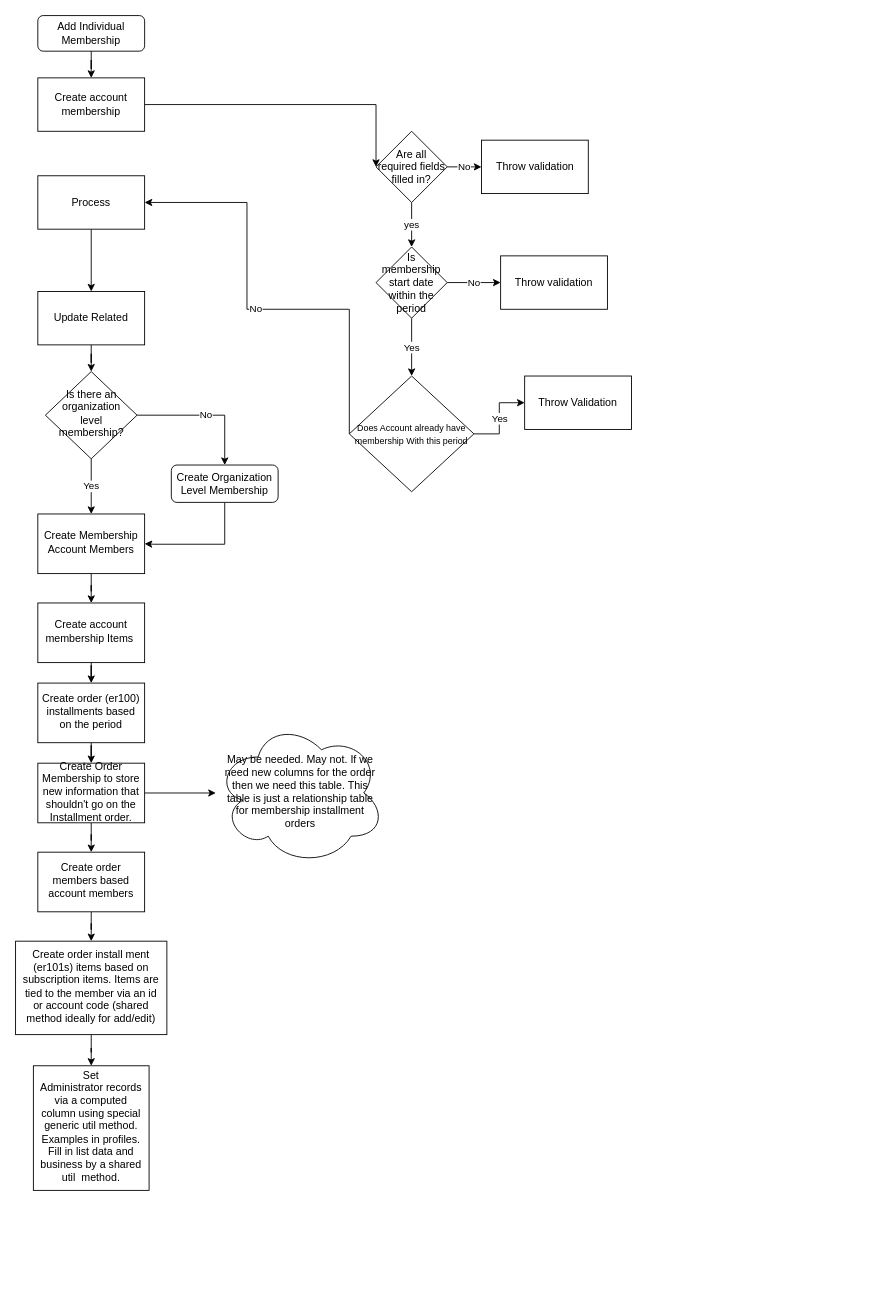
Earlier version of the draw.io diagram MembershipAddIndividual.drawio (shelbyharris/Membership). Source tidied: cells renumbered, new cells numbered last; positions are measured from the earlier drawing's top-left corner, leaving out a move shared by most shapes. Both pictures are drawn from the tidied source at 89%, with x=0, y=0 at pixel (15, 15).
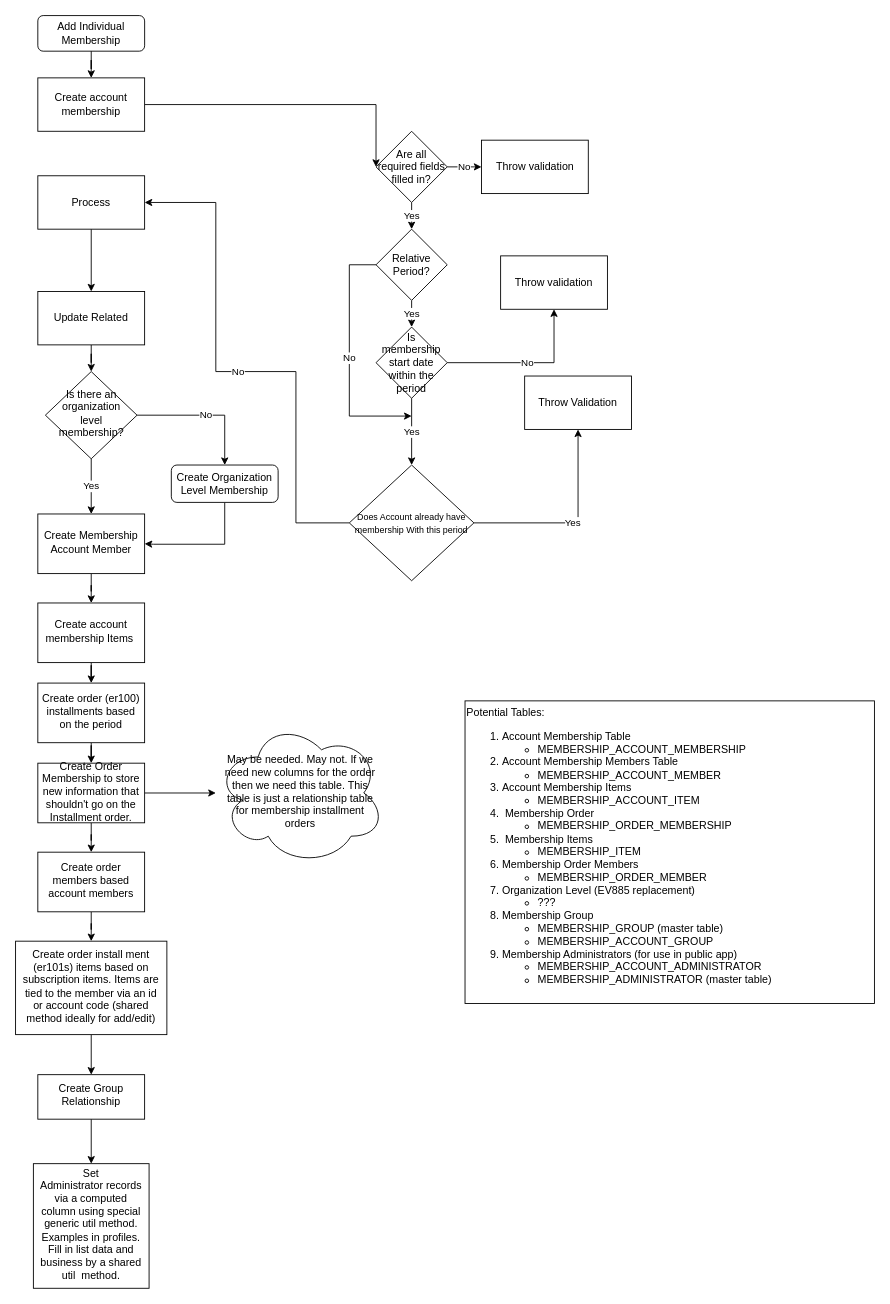
After the change.

The change refers to these unchanged cells:
```xml
<mxCell id="8" value="Are all required fields filled in?" style="rhombus;whiteSpace=wrap;html=1;rounded=0;" parent="1" vertex="1">
  <mxGeometry x="405" y="130" width="80" height="80" as="geometry" />
</mxCell>
<mxCell id="25" value="Create order install ment (er101s) items based on subscription items. Items are tied to the member via an id or account code (shared method ideally for add/edit)" style="whiteSpace=wrap;html=1;shadow=0;strokeWidth=1;spacing=6;spacingTop=-4;" parent="1" vertex="1">
  <mxGeometry y="1040" width="170" height="105" as="geometry" />
</mxCell>
<mxCell id="33" value="Process" style="whiteSpace=wrap;html=1;rounded=0;" parent="1" vertex="1">
  <mxGeometry x="25" y="180" width="120" height="60" as="geometry" />
</mxCell>
```

Diff of the diagram source:
```diff
@@
-    <mxCell id="7" value="yes" style="edgeStyle=orthogonalEdgeStyle;rounded=0;jettySize=auto;html=1;" parent="1" edge="1" source="8" target="30">
-      <mxGeometry relative="1" as="geometry" />
-    </mxCell>
+    <mxCell id="42" value="Yes" style="edgeStyle=orthogonalEdgeStyle;rounded=0;jettySize=auto;html=1;" parent="1" edge="1" source="8" target="46">
+      <mxGeometry relative="1" as="geometry" />
+    </mxCell>
@@
-    <mxCell id="18" value="Create Membership Account Members" style="whiteSpace=wrap;html=1;shadow=0;strokeWidth=1;spacing=6;spacingTop=-4;" parent="1" vertex="1">
+    <mxCell id="18" value="Create Membership Account Member" style="whiteSpace=wrap;html=1;shadow=0;strokeWidth=1;spacing=6;spacingTop=-4;" parent="1" vertex="1">
       <mxGeometry x="25" y="560" width="120" height="67" as="geometry" />
     </mxCell>
@@
-    <mxCell id="24" style="edgeStyle=orthogonalEdgeStyle;rounded=0;jettySize=auto;html=1;" parent="1" edge="1" source="25" target="34">
-      <mxGeometry relative="1" as="geometry" />
-    </mxCell>
+    <mxCell id="43" style="edgeStyle=orthogonalEdgeStyle;rounded=0;jettySize=auto;html=1;" parent="1" edge="1" source="25" target="49">
+      <mxGeometry relative="1" as="geometry" />
+    </mxCell>
@@
     <mxCell id="28" value="No" style="edgeStyle=orthogonalEdgeStyle;rounded=0;jettySize=auto;html=1;entryX=1;entryY=0.5;entryDx=0;entryDy=0;exitX=0;exitY=0.5;exitDx=0;exitDy=0;" parent="1" edge="1" source="36" target="33">
       <mxGeometry relative="1" as="geometry">
         <Array as="points">
-          <mxPoint x="375" y="330" />
-          <mxPoint x="260" y="330" />
-          <mxPoint x="260" y="210" />
+          <mxPoint x="315" y="570" />
+          <mxPoint x="315" y="400" />
+          <mxPoint x="225" y="400" />
+          <mxPoint x="225" y="210" />
         </Array>
       </mxGeometry>
     </mxCell>
@@
     <mxCell id="30" value="Is membership start date within the period" style="rhombus;whiteSpace=wrap;html=1;rounded=0;" parent="1" vertex="1">
-      <mxGeometry x="405" y="260" width="80" height="80" as="geometry" />
+      <mxGeometry x="405" y="350" width="80" height="80" as="geometry" />
     </mxCell>
@@
     <mxCell id="34" value="Set&lt;br&gt;Administrator records via a computed column using special generic util method. Examples in profiles. Fill in list data and business by a shared util&amp;nbsp; method." style="whiteSpace=wrap;html=1;shadow=0;strokeWidth=1;spacing=6;spacingTop=-4;" parent="1" vertex="1">
-      <mxGeometry x="20" y="1180" width="130" height="140" as="geometry" />
+      <mxGeometry x="20" y="1290" width="130" height="140" as="geometry" />
     </mxCell>
@@
     <mxCell id="36" value="&lt;font style=&quot;font-size: 10px&quot;&gt;Does Account already have membership With this period&lt;/font&gt;" style="rhombus;whiteSpace=wrap;html=1;rounded=0;" parent="1" vertex="1">
-      <mxGeometry x="375" y="405" width="140" height="130" as="geometry" />
+      <mxGeometry x="375" y="505" width="140" height="130" as="geometry" />
     </mxCell>
@@
+    <mxCell id="44" value="Yes" style="edgeStyle=orthogonalEdgeStyle;rounded=0;jettySize=auto;html=1;exitX=0.5;exitY=1;exitDx=0;exitDy=0;entryX=0.5;entryY=0;entryDx=0;entryDy=0;" parent="1" edge="1" source="46" target="30">
+      <mxGeometry relative="1" as="geometry" />
+    </mxCell>
+    <mxCell id="45" value="No" style="edgeStyle=orthogonalEdgeStyle;rounded=0;jettySize=auto;html=1;exitX=0;exitY=0.5;exitDx=0;exitDy=0;" parent="1" edge="1" source="46">
+      <mxGeometry relative="1" as="geometry">
+        <mxPoint x="445" y="450" as="targetPoint" />
+        <Array as="points">
+          <mxPoint x="375" y="280" />
+          <mxPoint x="375" y="450" />
+        </Array>
+      </mxGeometry>
+    </mxCell>
+    <mxCell id="46" value="Relative Period?" style="rhombus;whiteSpace=wrap;html=1;rounded=0;" parent="1" vertex="1">
+      <mxGeometry x="405" y="240" width="80" height="80" as="geometry" />
+    </mxCell>
+    <mxCell id="47" value="Potential Tables:&lt;br&gt;&lt;ol&gt;&lt;li&gt;Account Membership Table&lt;br&gt;&lt;/li&gt;&lt;ul&gt;&lt;li&gt;&lt;span&gt;MEMBERSHIP_ACCOUNT_MEMBERSHIP&lt;/span&gt;&lt;/li&gt;&lt;/ul&gt;&lt;li&gt;Account Membership Members Table&lt;/li&gt;&lt;ul&gt;&lt;li&gt;&lt;span&gt;MEMBERSHIP_ACCOUNT_MEMBER&lt;/span&gt;&lt;/li&gt;&lt;/ul&gt;&lt;li&gt;Account Membership Items&lt;/li&gt;&lt;ul&gt;&lt;li&gt;MEMBERSHIP_ACCOUNT_ITEM&lt;/li&gt;&lt;/ul&gt;&lt;li&gt;&amp;nbsp;Membership Order&lt;/li&gt;&lt;ul&gt;&lt;li&gt;&lt;span&gt;MEMBERSHIP_ORDER_MEMBERSHIP&lt;/span&gt;&lt;/li&gt;&lt;/ul&gt;&lt;li&gt;&amp;nbsp;Membership Items&lt;/li&gt;&lt;ul&gt;&lt;li&gt;MEMBERSHIP_ITEM&lt;/li&gt;&lt;/ul&gt;&lt;li&gt;Membership Order Members&lt;/li&gt;&lt;ul&gt;&lt;li&gt;&lt;span&gt;MEMBERSHIP_ORDER_MEMBER&lt;/span&gt;&lt;/li&gt;&lt;/ul&gt;&lt;li&gt;Organization Level (EV885 replacement)&lt;/li&gt;&lt;ul&gt;&lt;li&gt;???&lt;/li&gt;&lt;/ul&gt;&lt;li&gt;Membership Group&lt;/li&gt;&lt;ul&gt;&lt;li&gt;MEMBERSHIP_GROUP (master table)&lt;/li&gt;&lt;li&gt;MEMBERSHIP_ACCOUNT_GROUP&lt;/li&gt;&lt;/ul&gt;&lt;li&gt;Membership Administrators (for use in public app)&lt;/li&gt;&lt;ul&gt;&lt;li&gt;MEMBERSHIP_ACCOUNT_ADMINISTRATOR&lt;/li&gt;&lt;li&gt;MEMBERSHIP_ADMINISTRATOR (master table)&lt;/li&gt;&lt;/ul&gt;&lt;/ol&gt;" style="rounded=0;whiteSpace=wrap;html=1;align=left;horizontal=1;verticalAlign=top;" parent="1" vertex="1">
+      <mxGeometry x="505" y="770" width="460" height="340" as="geometry" />
+    </mxCell>
+    <mxCell id="48" style="edgeStyle=orthogonalEdgeStyle;rounded=0;jettySize=auto;html=1;entryX=0.5;entryY=0;entryDx=0;entryDy=0;" parent="1" edge="1" source="49" target="34">
+      <mxGeometry relative="1" as="geometry" />
+    </mxCell>
+    <mxCell id="49" value="Create Group Relationship" style="whiteSpace=wrap;html=1;shadow=0;strokeWidth=1;spacing=6;spacingTop=-4;" parent="1" vertex="1">
+      <mxGeometry x="25" y="1190" width="120" height="50" as="geometry" />
+    </mxCell>
```
